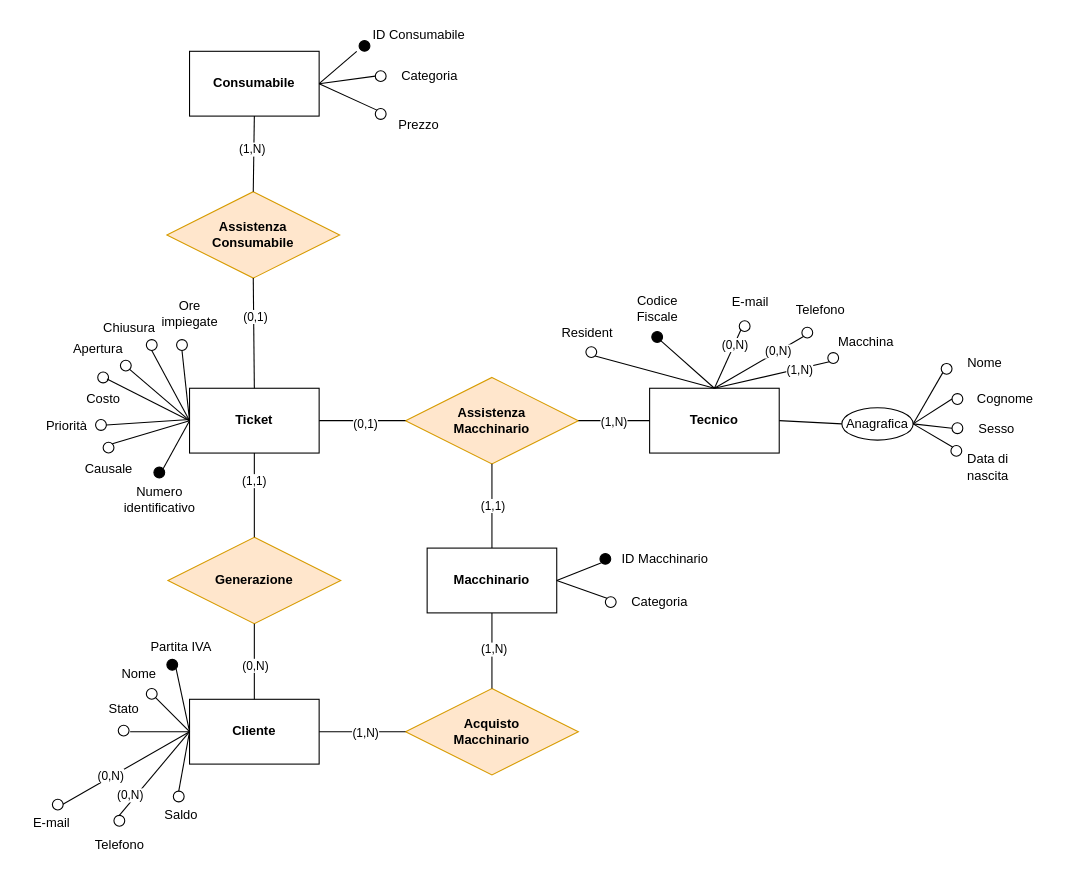
The draw.io diagram Diagrammi/generalizzazione2.drawio in fedeStaffo/Progetto_Basi_di_dati, before the edit. Source tidied: cells renumbered, new cells numbered last; positions are measured from the earlier drawing's top-left corner, leaving out a move shared by most shapes. Both pictures are drawn from the tidied source at 108%, with x=0, y=0 at pixel (18, 18).
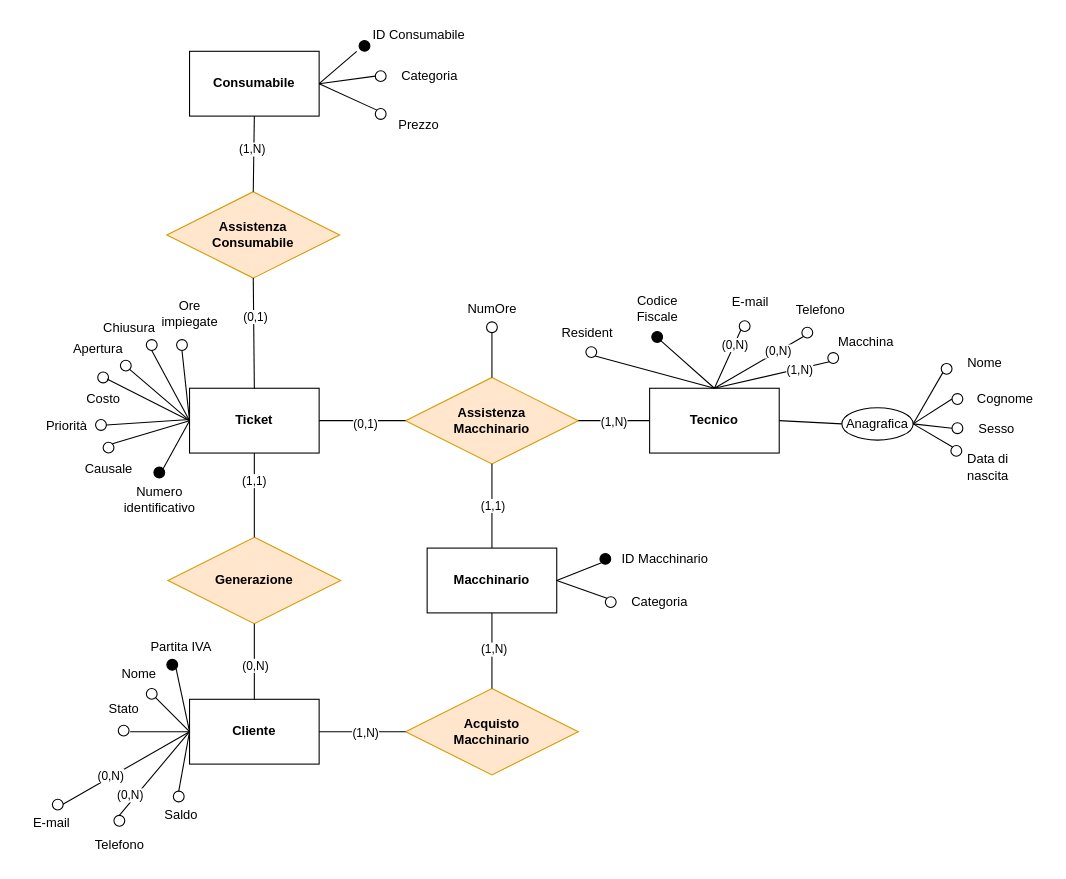
After the change.

Commit message (it also covers changes not shown here):
aggiunti NumOre e Scadenza garanzia

Unchanged cells that the change refers to:
```xml
<mxCell id="85" value="&lt;b&gt;Assistenza&lt;br&gt;Macchinario&lt;br&gt;&lt;/b&gt;" style="rhombus;whiteSpace=wrap;html=1;fillColor=#ffe6cc;strokeColor=#d79b00;" parent="1" vertex="1">
  <mxGeometry x="358" y="332" width="160" height="80" as="geometry" />
</mxCell>
```

The edit, as a diff of the source:
```diff
@@
+    <mxCell id="117" style="ellipse;whiteSpace=wrap;html=1;" parent="1" vertex="1">
+      <mxGeometry x="433" y="280.5" width="10" height="10" as="geometry" />
+    </mxCell>
+    <mxCell id="118" value="NumOre" style="text;html=1;align=center;verticalAlign=middle;strokeColor=none;fillColor=none;" parent="1" vertex="1">
+      <mxGeometry x="403" y="253.5" width="70" height="30" as="geometry" />
+    </mxCell>
+    <mxCell id="119" style="endArrow=none;html=1;rounded=0;exitX=0.5;exitY=0;exitDx=0;exitDy=0;" parent="1" edge="1" source="85">
+      <mxGeometry relative="1" as="geometry">
+        <mxPoint x="438" y="290" as="targetPoint" />
+      </mxGeometry>
+    </mxCell>
```
